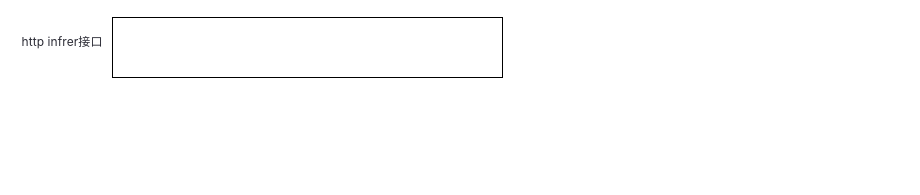
Above: 推理服务流程（单模型 http）.drawio in xiazi-yu/triton-server-read (draw.io), before the change. Source tidied: cells renumbered, new cells numbered last; positions are measured from the earlier drawing's top-left corner, leaving out a move shared by most shapes. Both pictures are drawn from the tidied source at 100%, with x=0, y=0 at pixel (17, 17).
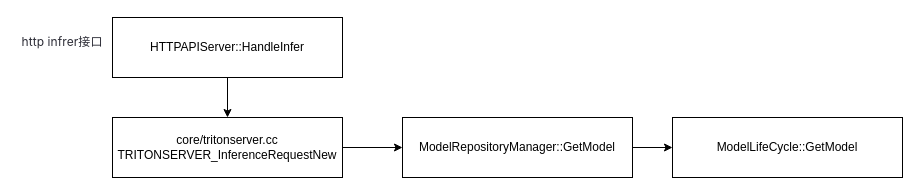
After the change.

Commit message (it also covers changes not shown here):
更新推理服务流程（单模型 http）.drawio

The edit, as a diff of the source:
```diff
@@
 <mxGraphModel>
   <root>
     <mxCell id="0" />
     <mxCell id="1" parent="0" />
+    <mxCell id="4" style="edgeStyle=orthogonalEdgeStyle;rounded=0;jettySize=auto;html=1;" parent="1" edge="1" source="2" target="6">
+      <mxGeometry relative="1" as="geometry" />
+    </mxCell>
-    <mxCell id="2" value="&lt;div style=&quot;color: rgb(204, 204, 204); background-color: rgb(31, 31, 31); font-family: Consolas, &amp;quot;Courier New&amp;quot;, monospace; font-size: 14px; line-height: 19px; white-space: pre;&quot;&gt;&lt;div style=&quot;background-color: rgb(24, 27, 32); line-height: 19px;&quot;&gt;&lt;br&gt;&lt;/div&gt;&lt;/div&gt;" style="rounded=0;whiteSpace=wrap;html=1;" parent="1" vertex="1">
-      <mxGeometry x="95" width="390" height="60" as="geometry" />
+    <mxCell id="2" value="HTTPAPIServer::HandleInfer" style="rounded=0;whiteSpace=wrap;html=1;" parent="1" vertex="1">
+      <mxGeometry x="95" width="230" height="60" as="geometry" />
     </mxCell>
     <mxCell id="3" value="&lt;span style=&quot;color: rgb(44, 44, 54); font-family: -apple-system, BlinkMacSystemFont, &amp;quot;Segoe UI&amp;quot;, &amp;quot;Noto Sans&amp;quot;, Helvetica, Arial, sans-serif, &amp;quot;Apple Color Emoji&amp;quot;, &amp;quot;Segoe UI Emoji&amp;quot;; letter-spacing: 0.08px; text-align: start; white-space-collapse: preserve; background-color: rgb(255, 255, 255);&quot;&gt;&lt;font style=&quot;font-size: 12px;&quot;&gt;http infrer接口&lt;/font&gt;&lt;/span&gt;" style="text;strokeColor=none;align=center;fillColor=none;html=1;verticalAlign=middle;whiteSpace=wrap;rounded=0;" parent="1" vertex="1">
       <mxGeometry y="10" width="90" height="30" as="geometry" />
     </mxCell>
+    <mxCell id="5" style="edgeStyle=orthogonalEdgeStyle;rounded=0;jettySize=auto;html=1;" parent="1" edge="1" source="6" target="8">
+      <mxGeometry relative="1" as="geometry" />
+    </mxCell>
+    <mxCell id="6" value="&lt;div&gt;core/tritonserver.cc&lt;/div&gt;&lt;div&gt;TRITONSERVER_InferenceRequestNew&lt;/div&gt;" style="rounded=0;whiteSpace=wrap;html=1;" parent="1" vertex="1">
+      <mxGeometry x="95" y="100" width="230" height="60" as="geometry" />
+    </mxCell>
+    <mxCell id="7" style="edgeStyle=orthogonalEdgeStyle;rounded=0;jettySize=auto;html=1;" parent="1" edge="1" source="8" target="9">
+      <mxGeometry relative="1" as="geometry" />
+    </mxCell>
+    <mxCell id="8" value="&lt;div&gt;ModelRepositoryManager::GetModel&lt;/div&gt;" style="rounded=0;whiteSpace=wrap;html=1;" parent="1" vertex="1">
+      <mxGeometry x="385" y="100" width="230" height="60" as="geometry" />
+    </mxCell>
+    <mxCell id="9" value="&lt;div&gt;ModelLifeCycle::GetModel&lt;/div&gt;" style="rounded=0;whiteSpace=wrap;html=1;" parent="1" vertex="1">
+      <mxGeometry x="655" y="100" width="230" height="60" as="geometry" />
+    </mxCell>
   </root>
 </mxGraphModel>
```
